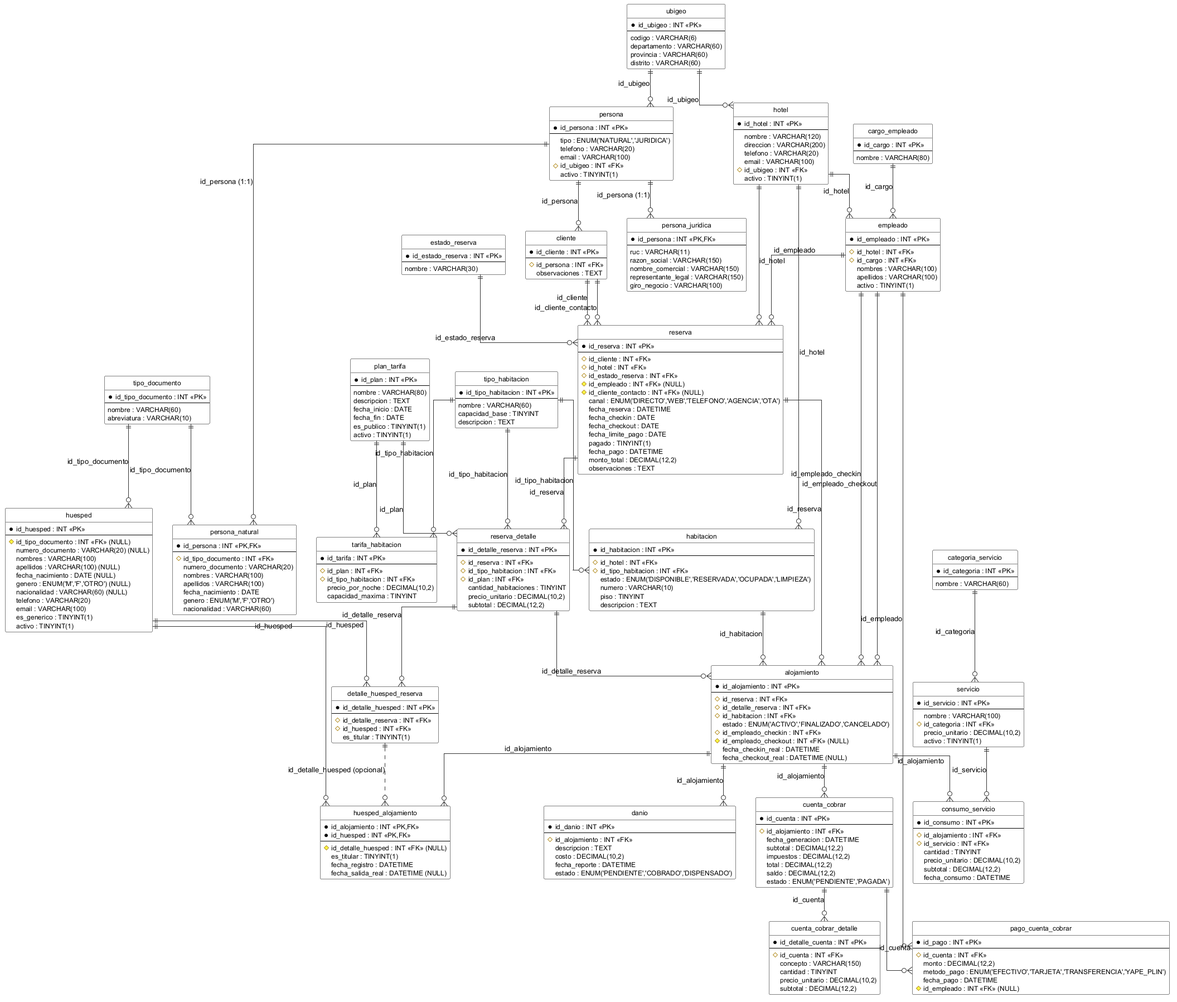
Piero134/base-de-datos-1 keeps this PlantUML diagram as Diagramas/Diagrama de Base de Datos/02_Modelo_Logico.png. Above is the earlier version.
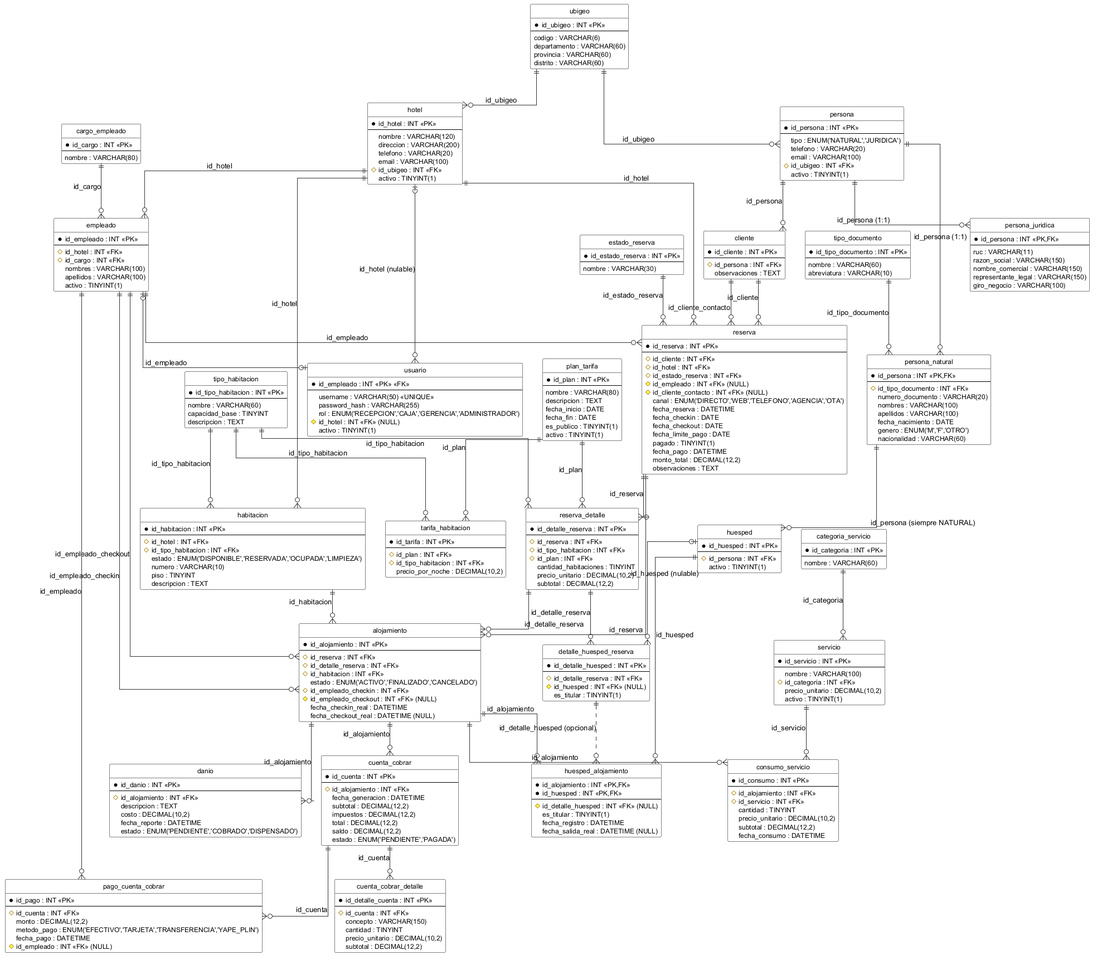
After the change.

The edit, as a diff of the source:
```diff
@@ -43,6 +43,16 @@
   # id_cargo : INT <<FK>>
   nombres : VARCHAR(100)
   apellidos : VARCHAR(100)
+  activo : TINYINT(1)
+}
+
+entity "usuario" as usuario {
+  * id_empleado : INT <<PK>> <<FK>>
+  --
+  username : VARCHAR(50) <<UNIQUE>>
+  password_hash : VARCHAR(255)
+  rol : ENUM('RECEPCION','CAJA','GERENCIA','ADMINISTRADOR')
+  # id_hotel : INT <<FK>> (NULL)
   activo : TINYINT(1)
 }
 
@@ -95,16 +105,7 @@
 entity "huesped" as huesped {
   * id_huesped : INT <<PK>>
   --
-  # id_tipo_documento : INT <<FK>> (NULL)
-  numero_documento : VARCHAR(20) (NULL)
-  nombres : VARCHAR(100)
-  apellidos : VARCHAR(100) (NULL)
-  fecha_nacimiento : DATE (NULL)
-  genero : ENUM('M','F','OTRO') (NULL)
-  nacionalidad : VARCHAR(60) (NULL)
-  telefono : VARCHAR(20)
-  email : VARCHAR(100)
-  es_generico : TINYINT(1)
+  # id_persona : INT <<FK>>
   activo : TINYINT(1)
 }
 
@@ -144,7 +145,6 @@
   # id_plan : INT <<FK>>
   # id_tipo_habitacion : INT <<FK>>
   precio_por_noche : DECIMAL(10,2)
-  capacidad_maxima : TINYINT
 }
 
 entity "estado_reserva" as estado_reserva {
@@ -187,7 +187,7 @@
   * id_detalle_huesped : INT <<PK>>
   --
   # id_detalle_reserva : INT <<FK>>
-  # id_huesped : INT <<FK>>
+  # id_huesped : INT <<FK>> (NULL)
   es_titular : TINYINT(1)
 }
 
@@ -288,6 +288,8 @@
 
 hotel           ||--o{ empleado                 : id_hotel
 cargo_empleado  ||--o{ empleado                 : id_cargo
+empleado        |o--o| usuario                  : id_empleado
+hotel           |o--o{ usuario                  : id_hotel (nulable)
 
 hotel           ||--o{ habitacion               : id_hotel
 tipo_habitacion ||--o{ habitacion               : id_tipo_habitacion
@@ -297,7 +299,7 @@
 persona         ||--o{ persona_natural          : id_persona (1:1)
 persona         ||--o{ persona_juridica         : id_persona (1:1)
 tipo_documento  ||--o{ persona_natural          : id_tipo_documento
-tipo_documento  ||--o{ huesped                  : id_tipo_documento
+persona_natural ||--o{ huesped                  : id_persona (siempre NATURAL)
 persona         ||--o{ cliente                  : id_persona
 
 hotel           ||--o{ reserva                  : id_hotel
@@ -311,7 +313,7 @@
 plan_tarifa     ||--o{ reserva_detalle          : id_plan
 
 reserva_detalle ||--o{ detalle_huesped_reserva  : id_detalle_reserva
-huesped         ||--o{ detalle_huesped_reserva  : id_huesped
+huesped         |o--o{ detalle_huesped_reserva  : id_huesped (nulable)
 
 reserva         ||--o{ alojamiento              : id_reserva
 reserva_detalle ||--o{ alojamiento              : id_detalle_reserva
```
